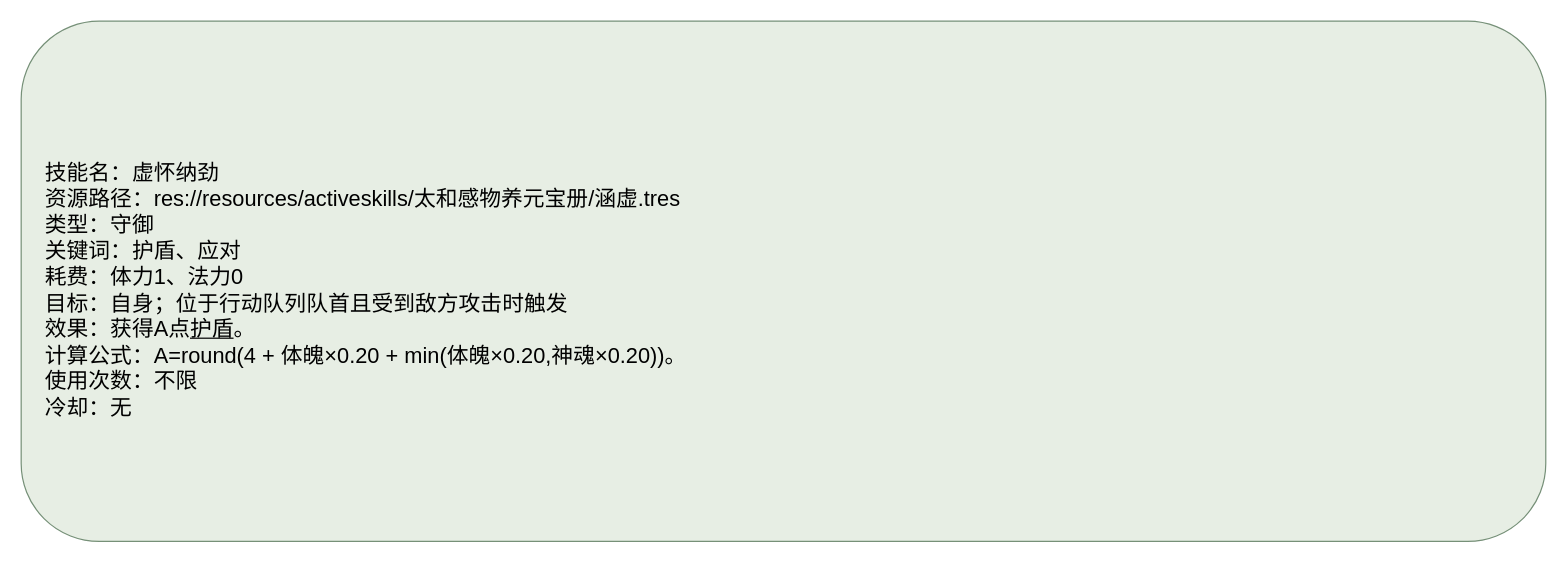
ankundanetracyc-spec/tian-guan-you-du keeps this draw.io diagram as docs/卡牌词典/秘籍技能/太和感物养元宝册/虚怀纳劲.drawio. Above is the earlier version. Source tidied: cells renumbered, new cells numbered last; positions are measured from the earlier drawing's top-left corner, leaving out a move shared by most shapes. Both pictures are drawn from the tidied source at 121%, with x=0, y=0 at pixel (21, 21).
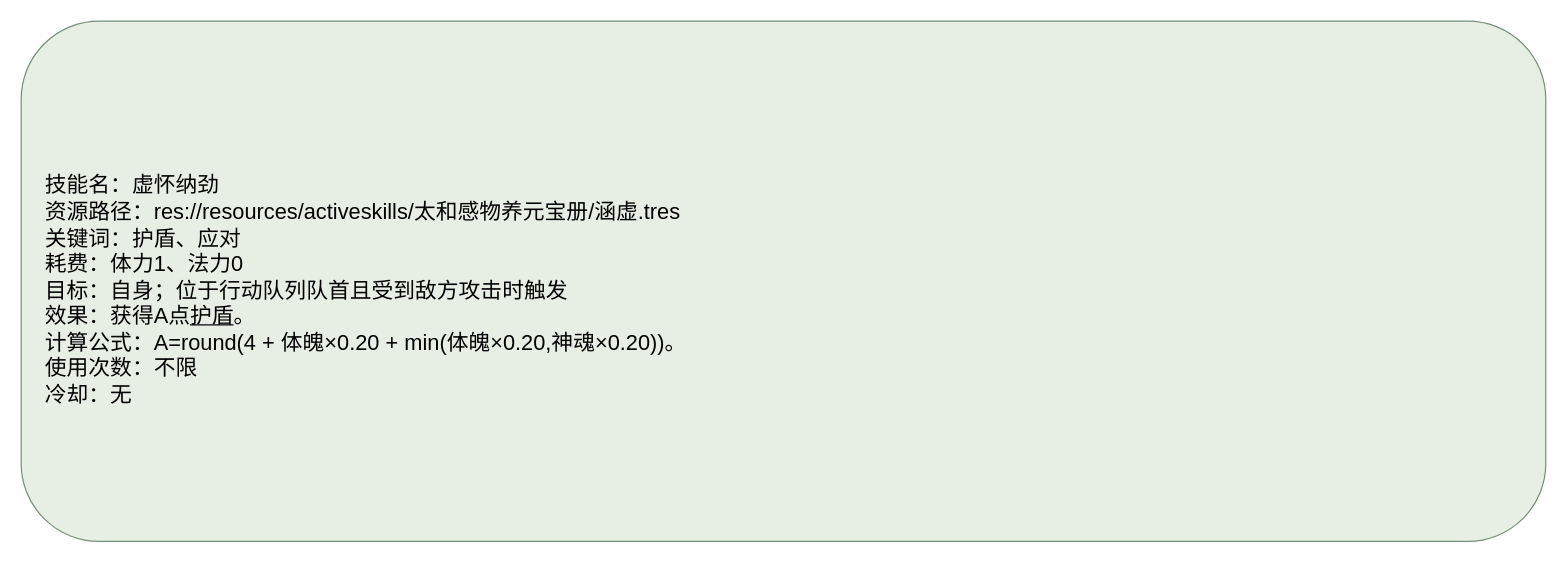
The same page after the edit.

What changed in the source:
```diff
@@
 <mxGraphModel>
   <root>
     <mxCell id="0" />
     <mxCell id="1" parent="0" />
-    <mxCell id="2" value="&lt;div style=&quot;text-align:left;&quot;&gt;技能名：虚怀纳劲&lt;br&gt;资源路径：res://resources/activeskills/太和感物养元宝册/涵虚.tres&lt;br&gt;类型：守御&lt;br&gt;关键词：护盾、应对&lt;br&gt;耗费：体力1、法力0&lt;br&gt;目标：自身；位于行动队列队首且受到敌方攻击时触发&lt;br&gt;效果：获得A点&lt;u&gt;护盾&lt;/u&gt;。&lt;br&gt;计算公式：A=round(4 + 体魄×0.20 + min(体魄×0.20,神魂×0.20))。&lt;br&gt;使用次数：不限&lt;br&gt;冷却：无&lt;/div&gt;" style="rounded=1;whiteSpace=wrap;html=1;fillColor=#e7eee4;strokeColor=#769078;fontSize=18;align=left;spacingLeft=18;spacingTop=16;" parent="1" vertex="1">
+    <mxCell id="2" value="&lt;div style=&quot;text-align:left;&quot;&gt;技能名：虚怀纳劲&lt;br&gt;资源路径：res://resources/activeskills/太和感物养元宝册/涵虚.tres&lt;br&gt;关键词：护盾、应对&lt;br&gt;耗费：体力1、法力0&lt;br&gt;目标：自身；位于行动队列队首且受到敌方攻击时触发&lt;br&gt;效果：获得A点&lt;u&gt;护盾&lt;/u&gt;。&lt;br&gt;计算公式：A=round(4 + 体魄×0.20 + min(体魄×0.20,神魂×0.20))。&lt;br&gt;使用次数：不限&lt;br&gt;冷却：无&lt;/div&gt;" style="rounded=1;whiteSpace=wrap;html=1;fillColor=#e7eee4;strokeColor=#769078;fontSize=18;align=left;spacingLeft=18;spacingTop=16;" parent="1" vertex="1">
       <mxGeometry width="1260" height="430" as="geometry" />
     </mxCell>
   </root>
 </mxGraphModel>
```
